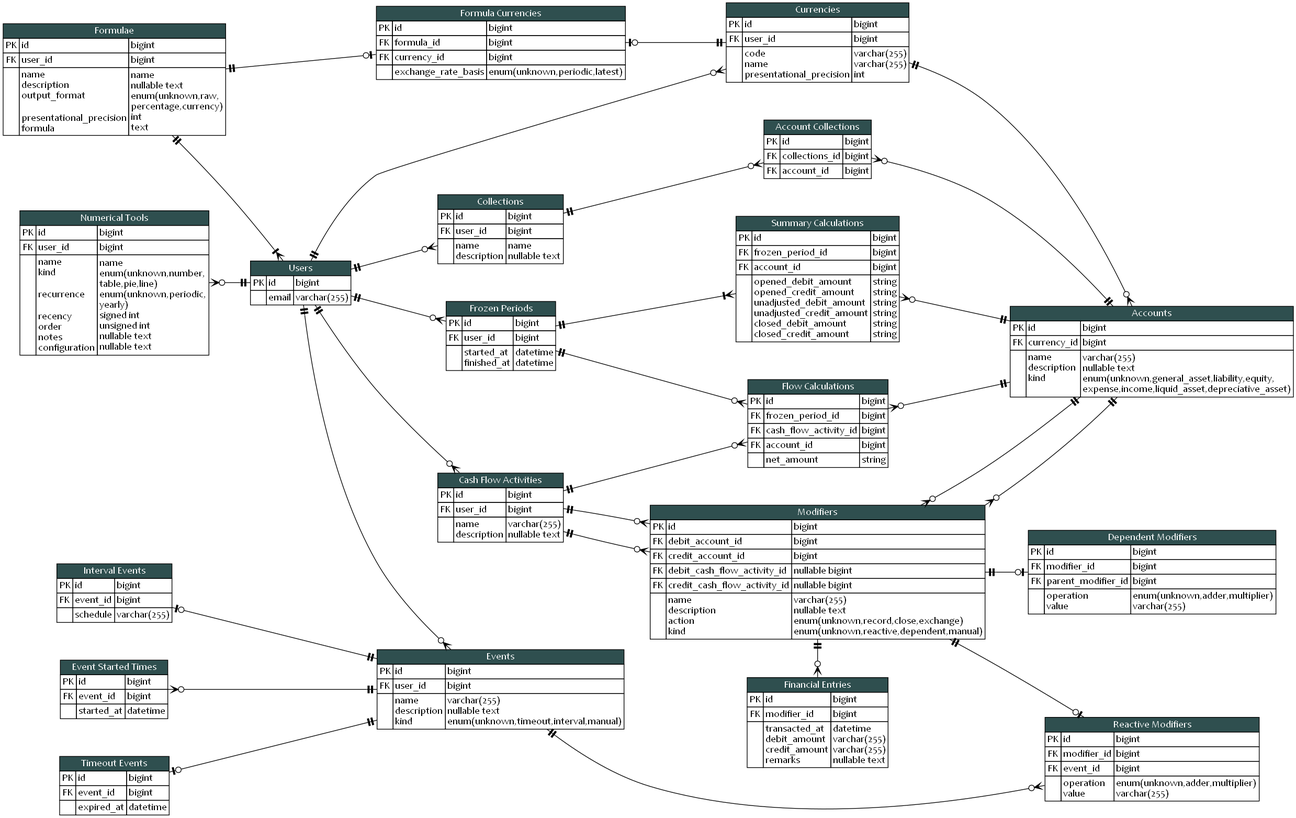
The Graphviz diagram blueprint/erd.png in KennethTrecy/peratorakka_server, before a commit. Its source is kept beside it as blueprint/erd.dot. Source of this version:
```dot
digraph {
	graph [
		layout = dot
		splines = true
		nodesep = 0.75
		rankdir = LR
	]
	{
		node [ shape = none margin = 0 fontname="Candara" ]
		users [
			label = <
			<table cellspacing="0" border="0" cellborder="1">
				<tr>
					<td colspan="3" bgcolor="darkslategray">
						<font color="white">
							Users
						</font>
					</td>
				</tr>
				<tr>
					<td>PK</td>
					<td align="left">id</td>
					<td align="left">bigint</td>
				</tr>
				<tr>
					<td></td>
					<td>
						email<br align="left"/>
					</td>
					<td>
						varchar(255)<br align="left"/>
					</td>
				</tr>
			</table>
			>
		]
		currencies [
			label = <
			<table cellspacing="0" border="0" cellborder="1">
				<tr>
					<td colspan="3" bgcolor="darkslategray">
						<font color="white">
							Currencies
						</font>
					</td>
				</tr>
				<tr>
					<td>PK</td>
					<td align="left">id</td>
					<td align="left">bigint</td>
				</tr>
				<tr>
					<td>FK</td>
					<td align="left">user_id</td>
					<td align="left">bigint</td>
				</tr>
				<tr>
					<td></td>
					<td align="left">
						code<br align="left"/>
						name<br align="left"/>
						presentational_precision<br align="left"/>
					</td>
					<td align="left">
						varchar(255)<br align="left"/>
						varchar(255)<br align="left"/>
						int<br align="left"/>
					</td>
				</tr>
			</table>
			>
		]
		cash_flow_activities [
			label = <
			<table cellspacing="0" border="0" cellborder="1">
				<tr>
					<td colspan="3" bgcolor="darkslategray">
						<font color="white">
							Cash Flow Activities
						</font>
					</td>
				</tr>
				<tr>
					<td>PK</td>
					<td align="left">id</td>
					<td align="left">bigint</td>
				</tr>
				<tr>
					<td>FK</td>
					<td align="left">user_id</td>
					<td align="left">bigint</td>
				</tr>
				<tr>
					<td></td>
					<td align="left">
						name<br align="left"/>
						description<br align="left"/>
					</td>
					<td align="left">
						varchar(255)<br align="left"/>
						nullable text<br align="left"/>
					</td>
				</tr>
			</table>
			>
		]
		accounts [
			label = <
			<table cellspacing="0" border="0" cellborder="1">
				<tr>
					<td colspan="3" bgcolor="darkslategray">
						<font color="white">
							Accounts
						</font>
					</td>
				</tr>
				<tr>
					<td>PK</td>
					<td align="left">id</td>
					<td align="left">bigint</td>
				</tr>
				<tr>
					<td>FK</td>
					<td align="left">currency_id</td>
					<td align="left">bigint</td>
				</tr>
				<tr>
					<td></td>
					<td align="left">
						name<br align="left"/>
						description<br align="left"/>
						kind<br align="left"/><br align="left"/>
					</td>
					<td align="left">
						varchar(255)<br align="left"/>
						nullable text<br align="left"/>
						enum(unknown,general_asset,liability,equity,<br align="left"/>expense,income,liquid_asset,depreciative_asset)<br align="left"/>
					</td>
				</tr>
			</table>
			>
		]
		events [
			label = <
			<table cellspacing="0" border="0" cellborder="1">
				<tr>
					<td colspan="3" bgcolor="darkslategray">
						<font color="white">
							Events
						</font>
					</td>
				</tr>
				<tr>
					<td>PK</td>
					<td align="left">id</td>
					<td align="left">bigint</td>
				</tr>
				<tr>
					<td>FK</td>
					<td align="left">user_id</td>
					<td align="left">bigint</td>
				</tr>
				<tr>
					<td></td>
					<td align="left">
						name<br align="left"/>
						description<br align="left"/>
						kind<br align="left"/>
					</td>
					<td align="left">
						varchar(255)<br align="left"/>
						nullable text<br align="left"/>
						enum(unknown,timeout,interval,manual)<br align="left"/>
					</td>
				</tr>
			</table>
			>
		]
		timeout_events [
			label = <
			<table cellspacing="0" border="0" cellborder="1">
				<tr>
					<td colspan="3" bgcolor="darkslategray">
						<font color="white">
							Timeout Events
						</font>
					</td>
				</tr>
				<tr>
					<td>PK</td>
					<td align="left">id</td>
					<td align="left">bigint</td>
				</tr>
				<tr>
					<td>FK</td>
					<td align="left">event_id</td>
					<td align="left">bigint</td>
				</tr>
				<tr>
					<td></td>
					<td align="left">
						expired_at<br align="left"/>
					</td>
					<td align="left">
						datetime<br align="left"/>
					</td>
				</tr>
			</table>
			>
		]
		interval_events [
			label = <
			<table cellspacing="0" border="0" cellborder="1">
				<tr>
					<td colspan="3" bgcolor="darkslategray">
						<font color="white">
							Interval Events
						</font>
					</td>
				</tr>
				<tr>
					<td>PK</td>
					<td align="left">id</td>
					<td align="left">bigint</td>
				</tr>
				<tr>
					<td>FK</td>
					<td align="left">event_id</td>
					<td align="left">bigint</td>
				</tr>
				<tr>
					<td></td>
					<td align="left">
						schedule<br align="left"/>
					</td>
					<td align="left">
						varchar(255)<br align="left"/>
					</td>
				</tr>
			</table>
			>
		]
		event_started_times [
			label = <
			<table cellspacing="0" border="0" cellborder="1">
				<tr>
					<td colspan="3" bgcolor="darkslategray">
						<font color="white">
							Event Started Times
						</font>
					</td>
				</tr>
				<tr>
					<td>PK</td>
					<td align="left">id</td>
					<td align="left">bigint</td>
				</tr>
				<tr>
					<td>FK</td>
					<td align="left">event_id</td>
					<td align="left">bigint</td>
				</tr>
				<tr>
					<td></td>
					<td align="left">
						started_at<br align="left"/>
					</td>
					<td align="left">
						datetime<br align="left"/>
					</td>
				</tr>
			</table>
			>
		]
		modifiers [
			label = <
			<table cellspacing="0" border="0" cellborder="1">
				<tr>
					<td colspan="3" bgcolor="darkslategray">
						<font color="white">
							Modifiers
						</font>
					</td>
				</tr>
				<tr>
					<td>PK</td>
					<td align="left">id</td>
					<td align="left">bigint</td>
				</tr>
				<tr>
					<td>FK</td>
					<td align="left">debit_account_id</td>
					<td align="left">bigint</td>
				</tr>
				<tr>
					<td>FK</td>
					<td align="left">credit_account_id</td>
					<td align="left">bigint</td>
				</tr>
				<tr>
					<td>FK</td>
					<td align="left">debit_cash_flow_activity_id</td>
					<td align="left">nullable bigint</td>
				</tr>
				<tr>
					<td>FK</td>
					<td align="left">credit_cash_flow_activity_id</td>
					<td align="left">nullable bigint</td>
				</tr>
				<tr>
					<td></td>
					<td align="left">
						name<br align="left"/>
						description<br align="left"/>
						action<br align="left"/>
						kind<br align="left"/>
					</td>
					<td align="left">
						varchar(255)<br align="left"/>
						nullable text<br align="left"/>
						enum(unknown,record,close,exchange)<br align="left"/>
						enum(unknown,reactive,dependent,manual)<br align="left"/>
					</td>
				</tr>
			</table>
			>
		]
		reactive_modifiers [
			label = <
			<table cellspacing="0" border="0" cellborder="1">
				<tr>
					<td colspan="3" bgcolor="darkslategray">
						<font color="white">
							Reactive Modifiers
						</font>
					</td>
				</tr>
				<tr>
					<td>PK</td>
					<td align="left">id</td>
					<td align="left">bigint</td>
				</tr>
				<tr>
					<td>FK</td>
					<td align="left">modifier_id</td>
					<td align="left">bigint</td>
				</tr>
				<tr>
					<td>FK</td>
					<td align="left">event_id</td>
					<td align="left">bigint</td>
				</tr>
				<tr>
					<td></td>
					<td align="left">
						operation<br align="left"/>
						value<br align="left"/>
					</td>
					<td align="left">
						enum(unknown,adder,multiplier)<br align="left"/>
						varchar(255)<br align="left"/>
					</td>
				</tr>
			</table>
			>
		]
		dependent_modifiers [
			label = <
			<table cellspacing="0" border="0" cellborder="1">
				<tr>
					<td colspan="3" bgcolor="darkslategray">
						<font color="white">
							Dependent Modifiers
						</font>
					</td>
				</tr>
				<tr>
					<td>PK</td>
					<td align="left">id</td>
					<td align="left">bigint</td>
				</tr>
				<tr>
					<td>FK</td>
					<td align="left">modifier_id</td>
					<td align="left">bigint</td>
				</tr>
				<tr>
					<td>FK</td>
					<td align="left">parent_modifier_id</td>
					<td align="left">bigint</td>
				</tr>
				<tr>
					<td></td>
					<td align="left">
						operation<br align="left"/>
						value<br align="left"/>
					</td>
					<td align="left">
						enum(unknown,adder,multiplier)<br align="left"/>
						varchar(255)<br align="left"/>
					</td>
				</tr>
			</table>
			>
		]
		financial_entries [
			label = <
			<table cellspacing="0" border="0" cellborder="1">
				<tr>
					<td colspan="3" bgcolor="darkslategray">
						<font color="white">
							Financial Entries
						</font>
					</td>
				</tr>
				<tr>
					<td>PK</td>
					<td align="left">id</td>
					<td align="left">bigint</td>
				</tr>
				<tr>
					<td>FK</td>
					<td align="left">modifier_id</td>
					<td align="left">bigint</td>
				</tr>
				<tr>
					<td></td>
					<td align="left">
						transacted_at<br align="left"/>
						debit_amount<br align="left"/>
						credit_amount<br align="left"/>
						remarks<br align="left"/>
					</td>
					<td align="left">
						datetime<br align="left"/>
						varchar(255)<br align="left"/>
						varchar(255)<br align="left"/>
						nullable text<br align="left"/>
					</td>
				</tr>
			</table>
			>
		]
		frozen_periods [
			label = <
			<table cellspacing="0" border="0" cellborder="1">
				<tr>
					<td colspan="3" bgcolor="darkslategray">
						<font color="white">
							Frozen Periods
						</font>
					</td>
				</tr>
				<tr>
					<td>PK</td>
					<td align="left">id</td>
					<td align="left">bigint</td>
				</tr>
				<tr>
					<td>FK</td>
					<td align="left">user_id</td>
					<td align="left">bigint</td>
				</tr>
				<tr>
					<td></td>
					<td align="left">
						started_at<br align="left"/>
						finished_at<br align="left"/>
					</td>
					<td align="left">
						datetime<br align="left"/>
						datetime<br align="left"/>
					</td>
				</tr>
			</table>
			>
		]
		summary_calculations [
			label = <
			<table cellspacing="0" border="0" cellborder="1">
				<tr>
					<td colspan="3" bgcolor="darkslategray">
						<font color="white">
							Summary Calculations
						</font>
					</td>
				</tr>
				<tr>
					<td>PK</td>
					<td align="left">id</td>
					<td align="left">bigint</td>
				</tr>
				<tr>
					<td>FK</td>
					<td align="left">frozen_period_id</td>
					<td align="left">bigint</td>
				</tr>
				<tr>
					<td>FK</td>
					<td align="left">account_id</td>
					<td align="left">bigint</td>
				</tr>
				<tr>
					<td></td>
					<td align="left">
						opened_debit_amount<br align="left"/>
						opened_credit_amount<br align="left"/>
						unadjusted_debit_amount<br align="left"/>
						unadjusted_credit_amount<br align="left"/>
						closed_debit_amount<br align="left"/>
						closed_credit_amount<br align="left"/>
					</td>
					<td align="left">
						string<br align="left"/>
						string<br align="left"/>
						string<br align="left"/>
						string<br align="left"/>
						string<br align="left"/>
						string<br align="left"/>
					</td>
				</tr>
			</table>
			>
		]
		flow_calculations [
			label = <
			<table cellspacing="0" border="0" cellborder="1">
				<tr>
					<td colspan="3" bgcolor="darkslategray">
						<font color="white">
							Flow Calculations
						</font>
					</td>
				</tr>
				<tr>
					<td>PK</td>
					<td align="left">id</td>
					<td align="left">bigint</td>
				</tr>
				<tr>
					<td>FK</td>
					<td align="left">frozen_period_id</td>
					<td align="left">bigint</td>
				</tr>
				<tr>
					<td>FK</td>
					<td align="left">cash_flow_activity_id</td>
					<td align="left">bigint</td>
				</tr>
				<tr>
					<td>FK</td>
					<td align="left">account_id</td>
					<td align="left">bigint</td>
				</tr>
				<tr>
					<td></td>
					<td align="left">
						net_amount<br align="left"/>
					</td>
					<td align="left">
						string<br align="left"/>
					</td>
				</tr>
			</table>
			>
		]
		collections [
			label = <
			<table cellspacing="0" border="0" cellborder="1">
				<tr>
					<td colspan="3" bgcolor="darkslategray">
						<font color="white">
							Collections
						</font>
					</td>
				</tr>
				<tr>
					<td>PK</td>
					<td align="left">id</td>
					<td align="left">bigint</td>
				</tr>
				<tr>
					<td>FK</td>
					<td align="left">user_id</td>
					<td align="left">bigint</td>
				</tr>
				<tr>
					<td></td>
					<td align="left">
						name<br align="left"/>
						description<br align="left"/>
					</td>
					<td align="left">
						name<br align="left"/>
						nullable text<br align="left"/>
					</td>
				</tr>
			</table>
			>
		]
		account_collections [
			label = <
			<table cellspacing="0" border="0" cellborder="1">
				<tr>
					<td colspan="3" bgcolor="darkslategray">
						<font color="white">
							Account Collections
						</font>
					</td>
				</tr>
				<tr>
					<td>PK</td>
					<td align="left">id</td>
					<td align="left">bigint</td>
				</tr>
				<tr>
					<td>FK</td>
					<td align="left">collections_id</td>
					<td align="left">bigint</td>
				</tr>
				<tr>
					<td>FK</td>
					<td align="left">account_id</td>
					<td align="left">bigint</td>
				</tr>
			</table>
			>
		]
		formulae [
			label = <
			<table cellspacing="0" border="0" cellborder="1">
				<tr>
					<td colspan="3" bgcolor="darkslategray">
						<font color="white">
							Formulae
						</font>
					</td>
				</tr>
				<tr>
					<td>PK</td>
					<td align="left">id</td>
					<td align="left">bigint</td>
				</tr>
				<tr>
					<td>FK</td>
					<td align="left">user_id</td>
					<td align="left">bigint</td>
				</tr>
				<tr>
					<td></td>
					<td align="left">
						name<br align="left"/>
						description<br align="left"/>
						output_format<br align="left"/><br align="left"/>
						presentational_precision<br align="left"/>
						formula<br align="left"/>
					</td>
					<td align="left">
						name<br align="left"/>
						nullable text<br align="left"/>
						enum(unknown,raw,<br align="left"/>percentage,currency)<br align="left"/>
						int<br align="left"/>
						text<br align="left"/>
					</td>
				</tr>
			</table>
			>
		]
		numerical_tools [
			label = <
			<table cellspacing="0" border="0" cellborder="1">
				<tr>
					<td colspan="3" bgcolor="darkslategray">
						<font color="white">
							Numerical Tools
						</font>
					</td>
				</tr>
				<tr>
					<td>PK</td>
					<td align="left">id</td>
					<td align="left">bigint</td>
				</tr>
				<tr>
					<td>FK</td>
					<td align="left">user_id</td>
					<td align="left">bigint</td>
				</tr>
				<tr>
					<td></td>
					<td align="left">
						name<br align="left"/>
						kind<br align="left"/><br align="left"/>
						recurrence<br align="left"/><br align="left"/>
						recency<br align="left"/>
						order<br align="left"/>
						notes<br align="left"/>
						configuration<br align="left"/>
					</td>
					<td align="left">
						name<br align="left"/>
						enum(unknown,number,<br align="left"/>table,pie,line)<br align="left"/>
						enum(unknown,periodic,<br align="left"/>yearly)<br align="left"/>
						signed int<br align="left"/>
						unsigned int<br align="left"/>
						nullable text<br align="left"/>
						nullable text<br align="left"/>
					</td>
				</tr>
			</table>
			>
		]
		formula_currencies [
			label = <
			<table cellspacing="0" border="0" cellborder="1">
				<tr>
					<td colspan="3" bgcolor="darkslategray">
						<font color="white">
							Formula Currencies
						</font>
					</td>
				</tr>
				<tr>
					<td>PK</td>
					<td align="left">id</td>
					<td align="left">bigint</td>
				</tr>
				<tr>
					<td>FK</td>
					<td align="left">formula_id</td>
					<td align="left">bigint</td>
				</tr>
				<tr>
					<td>FK</td>
					<td align="left">currency_id</td>
					<td align="left">bigint</td>
				</tr>
				<tr>
					<td></td>
					<td align="left">
						exchange_rate_basis<br align="left"/>
					</td>
					<td align="left">
						enum(unknown,periodic,latest)<br align="left"/>
					</td>
				</tr>
			</table>
			>
		]
	}

	edge [ dir = "both" len = 0.1 ]
	{
		edge [
			arrowhead = noneteeodot
			arrowtail = noneteetee
		]

		events -> timeout_events
		events -> interval_events
		modifiers -> reactive_modifiers
		modifiers -> dependent_modifiers
		formulae -> formula_currencies
	}

	{
		edge [
			arrowhead = noneteetee
			arrowtail = noneteeodot
		]

		formula_currencies -> currencies
	}

	{
		edge [
			arrowhead = nonecrowodot
			arrowtail = noneteetee
		]

		users -> currencies
		users -> cash_flow_activities
		users -> collections
		cash_flow_activities -> flow_calculations
		currencies -> accounts
		users -> events
		accounts -> modifiers
		accounts -> modifiers
		events -> event_started_times
		events -> reactive_modifiers
		modifiers -> financial_entries
		users -> frozen_periods
		accounts -> summary_calculations
		cash_flow_activities -> modifiers
		cash_flow_activities -> modifiers
		frozen_periods -> flow_calculations
		accounts -> flow_calculations
		accounts -> account_collections
		collections -> account_collections
	}

	{
		edge [
			arrowhead = noneteetee
			arrowtail = nonecrowodot
		]

		numerical_tools -> users
	}

	{
		edge [
			arrowhead = nonecrowodot
			arrowtail = noneteeodot
		]

	}

	{
		edge [
			arrowhead = nonecrowtee
			arrowtail = noneteetee
		]

		frozen_periods -> summary_calculations
	}

	{
		edge [
			style = invis
		]

		collections -> frozen_periods
	}

	{
		edge [
			arrowhead = noneteetee
			arrowtail = nonecrowtee
		]

		users -> formulae
	}

	{
		rank = source;
		interval_events
		timeout_events
		event_started_times
		numerical_tools
		formulae
	}

	{
		rank = same;
		users
	}

	{
		rank = same;
		formula_currencies
		collections
		events
		cash_flow_activities
		frozen_periods
	}

	{
		rank = same;
		currencies
		account_collections
		flow_calculations
		summary_calculations
		modifiers
		financial_entries
	}

	{
		rank = same;
		reactive_modifiers
		accounts
		dependent_modifiers
	}
}
```
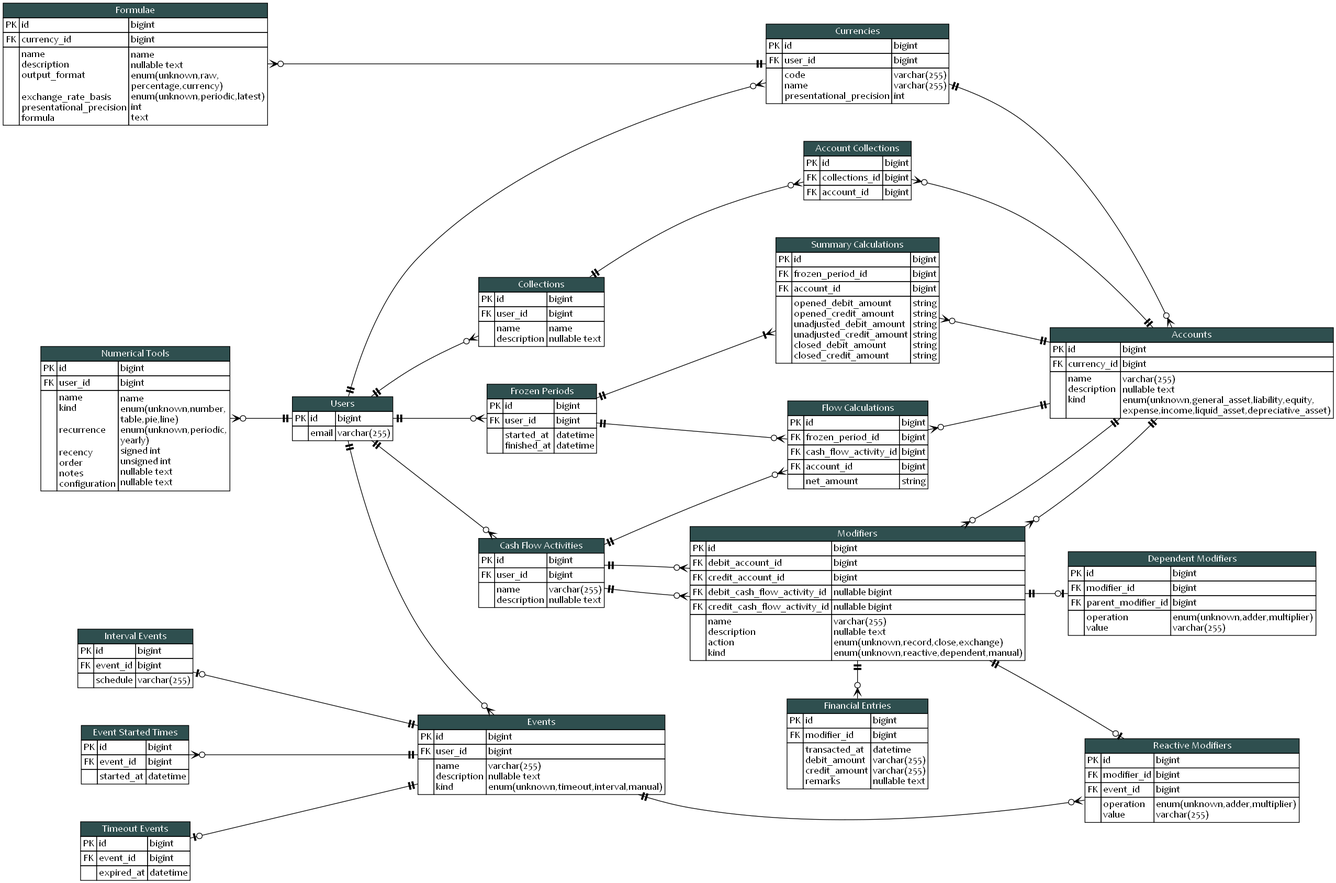
Above is the later version.

Commit message:
docs(blueprint): merge currency basis in formula

Change to the diagram source:
```diff
@@ -643,7 +643,7 @@
 				</tr>
 				<tr>
 					<td>FK</td>
-					<td align="left">user_id</td>
+					<td align="left">currency_id</td>
 					<td align="left">bigint</td>
 				</tr>
 				<tr>
@@ -652,6 +652,7 @@
 						name<br align="left"/>
 						description<br align="left"/>
 						output_format<br align="left"/><br align="left"/>
+						exchange_rate_basis<br align="left"/>
 						presentational_precision<br align="left"/>
 						formula<br align="left"/>
 					</td>
@@ -659,6 +660,7 @@
 						name<br align="left"/>
 						nullable text<br align="left"/>
 						enum(unknown,raw,<br align="left"/>percentage,currency)<br align="left"/>
+						enum(unknown,periodic,latest)<br align="left"/>
 						int<br align="left"/>
 						text<br align="left"/>
 					</td>
@@ -710,43 +712,6 @@
 			</table>
 			>
 		]
-		formula_currencies [
-			label = <
-			<table cellspacing="0" border="0" cellborder="1">
-				<tr>
-					<td colspan="3" bgcolor="darkslategray">
-						<font color="white">
-							Formula Currencies
-						</font>
-					</td>
-				</tr>
-				<tr>
-					<td>PK</td>
-					<td align="left">id</td>
-					<td align="left">bigint</td>
-				</tr>
-				<tr>
-					<td>FK</td>
-					<td align="left">formula_id</td>
-					<td align="left">bigint</td>
-				</tr>
-				<tr>
-					<td>FK</td>
-					<td align="left">currency_id</td>
-					<td align="left">bigint</td>
-				</tr>
-				<tr>
-					<td></td>
-					<td align="left">
-						exchange_rate_basis<br align="left"/>
-					</td>
-					<td align="left">
-						enum(unknown,periodic,latest)<br align="left"/>
-					</td>
-				</tr>
-			</table>
-			>
-		]
 	}
 
 	edge [ dir = "both" len = 0.1 ]
@@ -760,7 +725,6 @@
 		events -> interval_events
 		modifiers -> reactive_modifiers
 		modifiers -> dependent_modifiers
-		formulae -> formula_currencies
 	}
 
 	{
@@ -768,8 +732,6 @@
 			arrowhead = noneteetee
 			arrowtail = noneteeodot
 		]
-
-		formula_currencies -> currencies
 	}
 
 	{
@@ -797,6 +759,7 @@
 		accounts -> flow_calculations
 		accounts -> account_collections
 		collections -> account_collections
+		currencies -> formulae
 	}
 
 	{
@@ -838,8 +801,6 @@
 			arrowhead = noneteetee
 			arrowtail = nonecrowtee
 		]
-
-		users -> formulae
 	}
 
 	{
@@ -858,7 +819,6 @@
 
 	{
 		rank = same;
-		formula_currencies
 		collections
 		events
 		cash_flow_activities
```
